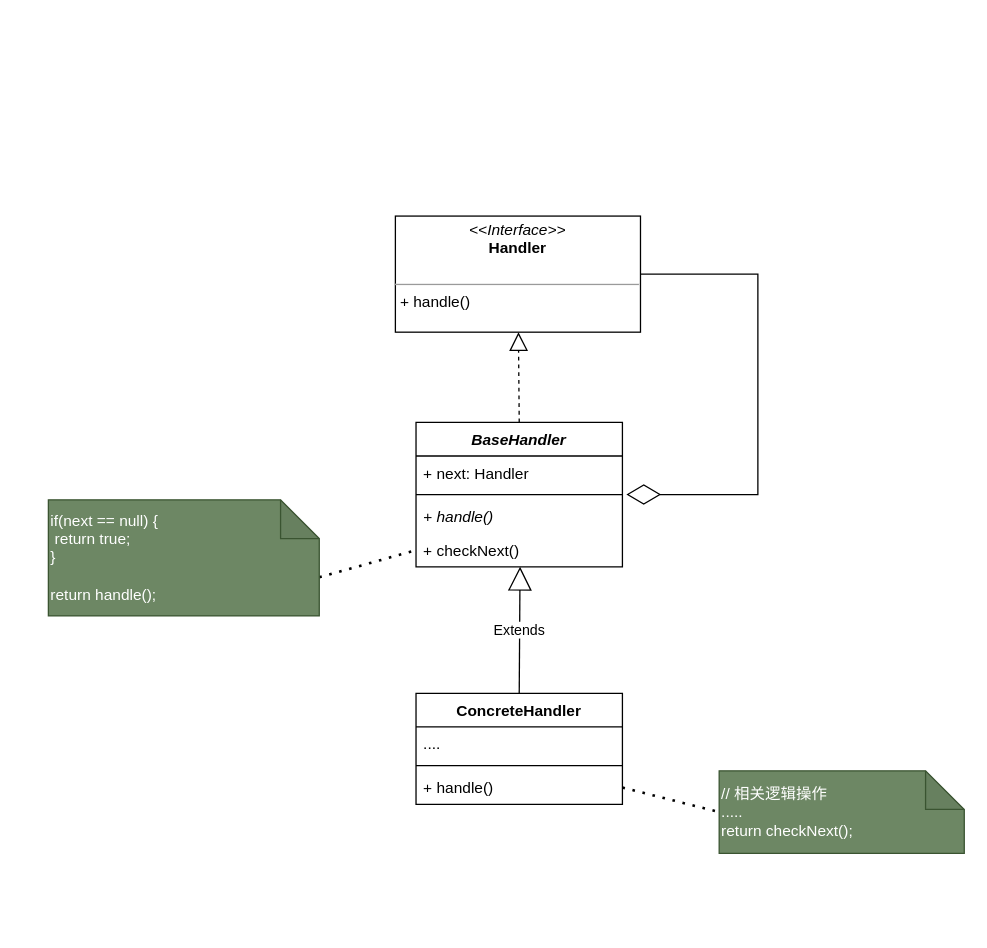
The draw.io diagram page "第 1 页" (1 of 2) of 责任链模式.drawio in HsoulLink/designpattern_pic, before the edit. Source tidied: cells renumbered, new cells numbered last; positions are measured from the earlier drawing's top-left corner, leaving out a move shared by most shapes. Both pictures are drawn from the tidied source at 129%, with x=0, y=0 at pixel (48, 215).
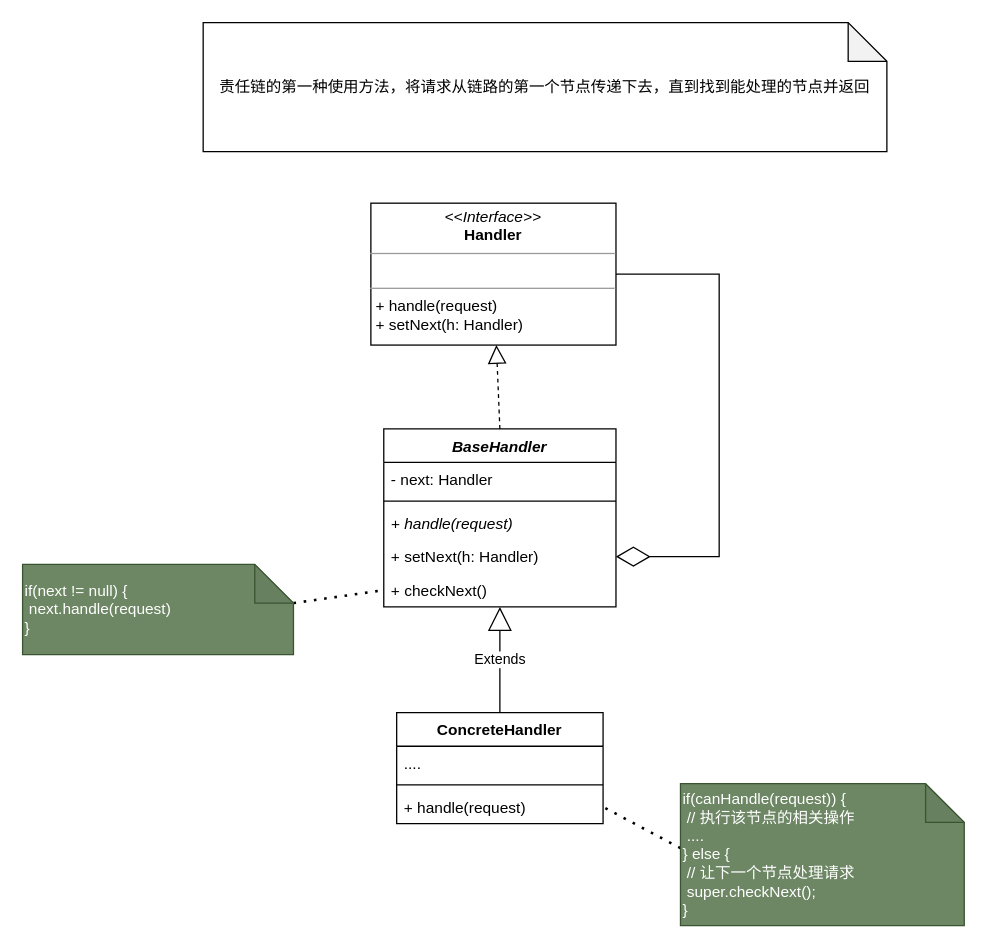
The same diagram, later.

Commit message (it also covers changes not shown here):
更新责任链模式.drawio

Change to the diagram source:
```diff
@@
+    <mxCell id="19" value="&lt;p style=&quot;margin:0px;margin-top:4px;text-align:center;&quot;&gt;&lt;i&gt;&amp;lt;&amp;lt;Interface&amp;gt;&amp;gt;&lt;/i&gt;&lt;br&gt;&lt;b&gt;Handler&lt;/b&gt;&lt;/p&gt;&lt;hr size=&quot;1&quot;&gt;&lt;p style=&quot;margin:0px;margin-left:4px;&quot;&gt;&lt;br&gt;&lt;/p&gt;&lt;hr size=&quot;1&quot;&gt;&lt;p style=&quot;margin:0px;margin-left:4px;&quot;&gt;+ handle(request)&lt;br&gt;+ setNext(h: Handler)&lt;/p&gt;" style="verticalAlign=top;align=left;overflow=fill;fontSize=12;fontFamily=Helvetica;html=1;" parent="1" vertex="1">
+      <mxGeometry x="250" y="-10" width="190" height="110" as="geometry" />
+    </mxCell>
     <mxCell id="2" value="BaseHandler" style="swimlane;fontStyle=3;align=center;verticalAlign=top;horizontal=1;startSize=26;" parent="1" vertex="1">
-      <mxGeometry x="285" y="160" width="160" height="112" as="geometry" />
+      <mxGeometry x="260" y="165" width="180" height="138" as="geometry" />
     </mxCell>
-    <mxCell id="3" value="+ next: Handler" style="text;strokeColor=none;fillColor=none;align=left;verticalAlign=top;spacingLeft=4;spacingRight=4;overflow=hidden;points=[[0,0.5],[1,0.5]];portConstraint=eastwest;" parent="2" vertex="1">
-      <mxGeometry y="26" width="160" height="26" as="geometry" />
-    </mxCell>
-    <mxCell id="4" style="line;strokeWidth=1;fillColor=none;align=left;verticalAlign=middle;spacingTop=-1;spacingLeft=3;spacingRight=3;labelPosition=right;strokeColor=inherit;" parent="2" vertex="1">
-      <mxGeometry y="52" width="160" height="8" as="geometry" />
-    </mxCell>
-    <mxCell id="5" value="+ handle()" style="text;strokeColor=none;fillColor=none;align=left;verticalAlign=top;spacingLeft=4;spacingRight=4;overflow=hidden;fontStyle=2;" parent="2" vertex="1">
-      <mxGeometry y="60" width="160" height="26" as="geometry" />
-    </mxCell>
+    <mxCell id="20" value="- next: Handler" style="text;strokeColor=none;fillColor=none;align=left;verticalAlign=top;spacingLeft=4;spacingRight=4;overflow=hidden;" parent="2" vertex="1">
+      <mxGeometry y="26" width="180" height="26" as="geometry" />
+    </mxCell>
+    <mxCell id="21" style="line;strokeWidth=1;fillColor=none;align=left;verticalAlign=middle;spacingTop=-1;spacingLeft=3;spacingRight=3;labelPosition=right;strokeColor=inherit;" parent="2" vertex="1">
+      <mxGeometry y="52" width="180" height="8" as="geometry" />
+    </mxCell>
+    <mxCell id="22" value="+ handle(request)" style="text;strokeColor=none;fillColor=none;align=left;verticalAlign=top;spacingLeft=4;spacingRight=4;overflow=hidden;fontStyle=2;" parent="2" vertex="1">
+      <mxGeometry y="60" width="180" height="26" as="geometry" />
+    </mxCell>
+    <mxCell id="23" value="+ setNext(h: Handler)" style="text;strokeColor=none;fillColor=none;align=left;verticalAlign=top;spacingLeft=4;spacingRight=4;overflow=hidden;points=[[0,0.5],[1,0.5]];portConstraint=eastwest;" parent="2" vertex="1">
+      <mxGeometry y="86" width="180" height="26" as="geometry" />
+    </mxCell>
     <mxCell id="6" value="+ checkNext()" style="text;strokeColor=none;fillColor=none;align=left;verticalAlign=top;spacingLeft=4;spacingRight=4;overflow=hidden;points=[[0,0.5],[1,0.5]];portConstraint=eastwest;" parent="2" vertex="1">
-      <mxGeometry y="86" width="160" height="26" as="geometry" />
+      <mxGeometry y="112" width="180" height="26" as="geometry" />
     </mxCell>
-    <mxCell id="7" value="&lt;p style=&quot;margin:0px;margin-top:4px;text-align:center;&quot;&gt;&lt;i&gt;&amp;lt;&amp;lt;Interface&amp;gt;&amp;gt;&lt;/i&gt;&lt;br&gt;&lt;b&gt;Handler&lt;/b&gt;&lt;/p&gt;&lt;p style=&quot;margin:0px;margin-left:4px;&quot;&gt;&lt;br&gt;&lt;/p&gt;&lt;hr size=&quot;1&quot;&gt;&lt;p style=&quot;margin:0px;margin-left:4px;&quot;&gt;+ handle()&lt;/p&gt;" style="verticalAlign=top;align=left;overflow=fill;fontSize=12;fontFamily=Helvetica;html=1;" parent="1" vertex="1">
-      <mxGeometry x="269" width="190" height="90" as="geometry" />
-    </mxCell>
     <mxCell id="8" value="ConcreteHandler" style="swimlane;fontStyle=1;align=center;verticalAlign=top;horizontal=1;startSize=26;" parent="1" vertex="1">
-      <mxGeometry x="285" y="370" width="160" height="86" as="geometry" />
+      <mxGeometry x="270" y="385" width="160" height="86" as="geometry" />
     </mxCell>
@@
-    <mxCell id="10" style="line;strokeWidth=1;fillColor=none;align=left;verticalAlign=middle;spacingTop=-1;spacingLeft=3;spacingRight=3;labelPosition=right;strokeColor=inherit;" parent="8" vertex="1">
-      <mxGeometry y="52" width="160" height="8" as="geometry" />
-    </mxCell>
-    <mxCell id="11" value="+ handle()" style="text;strokeColor=none;fillColor=none;align=left;verticalAlign=top;spacingLeft=4;spacingRight=4;overflow=hidden;points=[[0,0.5],[1,0.5]];portConstraint=eastwest;" parent="8" vertex="1">
-      <mxGeometry y="60" width="160" height="26" as="geometry" />
-    </mxCell>
-    <mxCell id="12" style="endArrow=block;dashed=1;endFill=0;endSize=12;html=1;rounded=0;exitX=0.5;exitY=0;exitDx=0;exitDy=0;" parent="1" edge="1" source="2" target="7">
-      <mxGeometry relative="1" as="geometry" />
-    </mxCell>
+    <mxCell id="24" style="line;strokeWidth=1;fillColor=none;align=left;verticalAlign=middle;spacingTop=-1;spacingLeft=3;spacingRight=3;labelPosition=right;strokeColor=inherit;" parent="8" vertex="1">
+      <mxGeometry y="52" width="160" height="8" as="geometry" />
+    </mxCell>
+    <mxCell id="25" value="+ handle(request)" style="text;strokeColor=none;fillColor=none;align=left;verticalAlign=top;spacingLeft=4;spacingRight=4;overflow=hidden;points=[[0,0.5],[1,0.5]];portConstraint=eastwest;" parent="8" vertex="1">
+      <mxGeometry y="60" width="160" height="26" as="geometry" />
+    </mxCell>
+    <mxCell id="26" value="责任链的第一种使用方法，将请求从链路的第一个节点传递下去，直到找到能处理的节点并返回" style="shape=note;whiteSpace=wrap;html=1;backgroundOutline=1;darkOpacity=0.05;" parent="1" vertex="1">
+      <mxGeometry x="120" y="-150" width="530" height="100" as="geometry" />
+    </mxCell>
+    <mxCell id="27" style="endArrow=block;dashed=1;endFill=0;endSize=12;html=1;rounded=0;exitX=0.5;exitY=0;exitDx=0;exitDy=0;" parent="1" edge="1" source="2" target="19">
+      <mxGeometry relative="1" as="geometry" />
+    </mxCell>
-    <mxCell id="13" value="Extends" style="endArrow=block;endSize=16;endFill=0;html=1;rounded=0;exitX=0.5;exitY=0;exitDx=0;exitDy=0;entryX=0.504;entryY=0.992;entryDx=0;entryDy=0;entryPerimeter=0;" parent="1" edge="1" source="8" target="6">
+    <mxCell id="13" value="Extends" style="endArrow=block;endSize=16;endFill=0;html=1;rounded=0;exitX=0.5;exitY=0;exitDx=0;exitDy=0;" parent="1" edge="1" source="8" target="6">
       <mxGeometry relative="1" as="geometry" />
     </mxCell>
-    <mxCell id="14" style="endArrow=diamondThin;endFill=0;endSize=24;html=1;rounded=0;entryX=1.019;entryY=1.146;entryDx=0;entryDy=0;entryPerimeter=0;exitX=1;exitY=0.5;exitDx=0;exitDy=0;" parent="1" edge="1" source="7" target="3">
-      <mxGeometry relative="1" as="geometry">
-        <Array as="points">
-          <mxPoint x="550" y="45" />
-          <mxPoint x="550" y="216" />
-        </Array>
-      </mxGeometry>
-    </mxCell>
-    <mxCell id="15" style="endArrow=none;dashed=1;html=1;dashPattern=1 3;strokeWidth=2;rounded=0;entryX=0;entryY=0.5;entryDx=0;entryDy=0;exitX=0;exitY=0;exitDx=210;exitDy=60;exitPerimeter=0;" parent="1" edge="1" source="16" target="6">
-      <mxGeometry relative="1" as="geometry" />
-    </mxCell>
-    <mxCell id="16" value="if(next == null) {&lt;br&gt;&lt;span style=&quot;white-space: pre;&quot;&gt; &lt;/span&gt;return true;&lt;br&gt;}&lt;br&gt;&lt;br&gt;return handle();" style="shape=note;whiteSpace=wrap;html=1;backgroundOutline=1;darkOpacity=0.05;align=left;fillColor=#6d8764;fontColor=#ffffff;strokeColor=#3A5431;" parent="1" vertex="1">
-      <mxGeometry y="220" width="210" height="90" as="geometry" />
-    </mxCell>
-    <mxCell id="17" value="// 相关逻辑操作&lt;br&gt;.....&lt;br&gt;return checkNext();" style="shape=note;whiteSpace=wrap;html=1;backgroundOutline=1;darkOpacity=0.05;align=left;fillColor=#6d8764;fontColor=#ffffff;strokeColor=#3A5431;" parent="1" vertex="1">
-      <mxGeometry x="520" y="430" width="190" height="64" as="geometry" />
-    </mxCell>
-    <mxCell id="18" style="endArrow=none;dashed=1;html=1;dashPattern=1 3;strokeWidth=2;rounded=0;entryX=0;entryY=0.5;entryDx=0;entryDy=0;entryPerimeter=0;exitX=1;exitY=0.5;exitDx=0;exitDy=0;" parent="1" edge="1" source="11" target="17">
-      <mxGeometry relative="1" as="geometry" />
-    </mxCell>
+    <mxCell id="28" style="endArrow=diamondThin;endFill=0;endSize=24;html=1;rounded=0;exitX=1;exitY=0.5;exitDx=0;exitDy=0;entryX=1;entryY=0.5;entryDx=0;entryDy=0;" parent="1" edge="1" source="19" target="23">
+      <mxGeometry relative="1" as="geometry">
+        <Array as="points">
+          <mxPoint x="520" y="45" />
+          <mxPoint x="520" y="264" />
+        </Array>
+      </mxGeometry>
+    </mxCell>
+    <mxCell id="29" style="endArrow=none;dashed=1;html=1;dashPattern=1 3;strokeWidth=2;rounded=0;entryX=1;entryY=0.5;entryDx=0;entryDy=0;" parent="1" edge="1" target="25">
+      <mxGeometry relative="1" as="geometry">
+        <mxPoint x="490" y="490" as="sourcePoint" />
+      </mxGeometry>
+    </mxCell>
+    <mxCell id="30" value="if(canHandle(request)) {&lt;br&gt;&lt;span style=&quot;white-space: pre;&quot;&gt; &lt;/span&gt;// 执行该节点的相关操作&lt;br&gt;&lt;span style=&quot;white-space: pre;&quot;&gt; &lt;/span&gt;....&lt;br&gt;} else {&lt;br&gt;&lt;span style=&quot;white-space: pre;&quot;&gt; &lt;/span&gt;// 让下一个节点处理请求&lt;br&gt;&lt;span style=&quot;white-space: pre;&quot;&gt; &lt;/span&gt;super.checkNext();&lt;br&gt;}" style="shape=note;whiteSpace=wrap;html=1;backgroundOutline=1;darkOpacity=0.05;align=left;fillColor=#6d8764;fontColor=#ffffff;strokeColor=#3A5431;" parent="1" vertex="1">
+      <mxGeometry x="490" y="440" width="220" height="110" as="geometry" />
+    </mxCell>
+    <mxCell id="31" style="endArrow=none;dashed=1;html=1;dashPattern=1 3;strokeWidth=2;rounded=0;entryX=0;entryY=0.5;entryDx=0;entryDy=0;" parent="1" edge="1" target="6">
+      <mxGeometry relative="1" as="geometry">
+        <mxPoint x="190" y="300" as="sourcePoint" />
+      </mxGeometry>
+    </mxCell>
+    <mxCell id="32" value="if(next != null) {&lt;br&gt;&lt;span style=&quot;white-space: pre;&quot;&gt; &lt;/span&gt;next.handle(request)&lt;br&gt;}" style="shape=note;whiteSpace=wrap;html=1;backgroundOutline=1;darkOpacity=0.05;align=left;fillColor=#6d8764;fontColor=#ffffff;strokeColor=#3A5431;" parent="1" vertex="1">
+      <mxGeometry x="-20" y="270" width="210" height="70" as="geometry" />
+    </mxCell>
```
